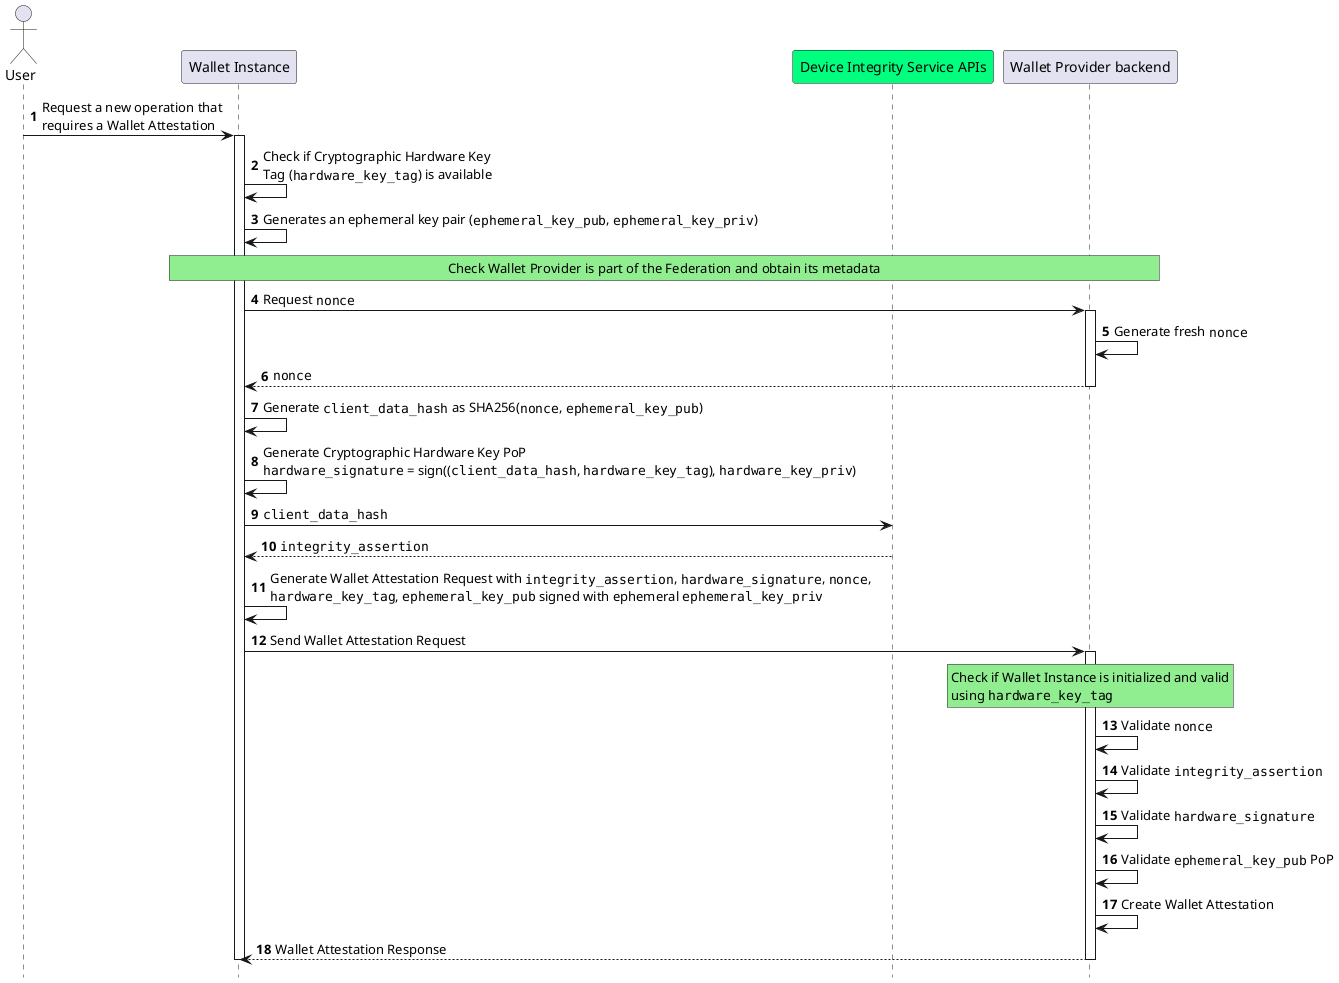
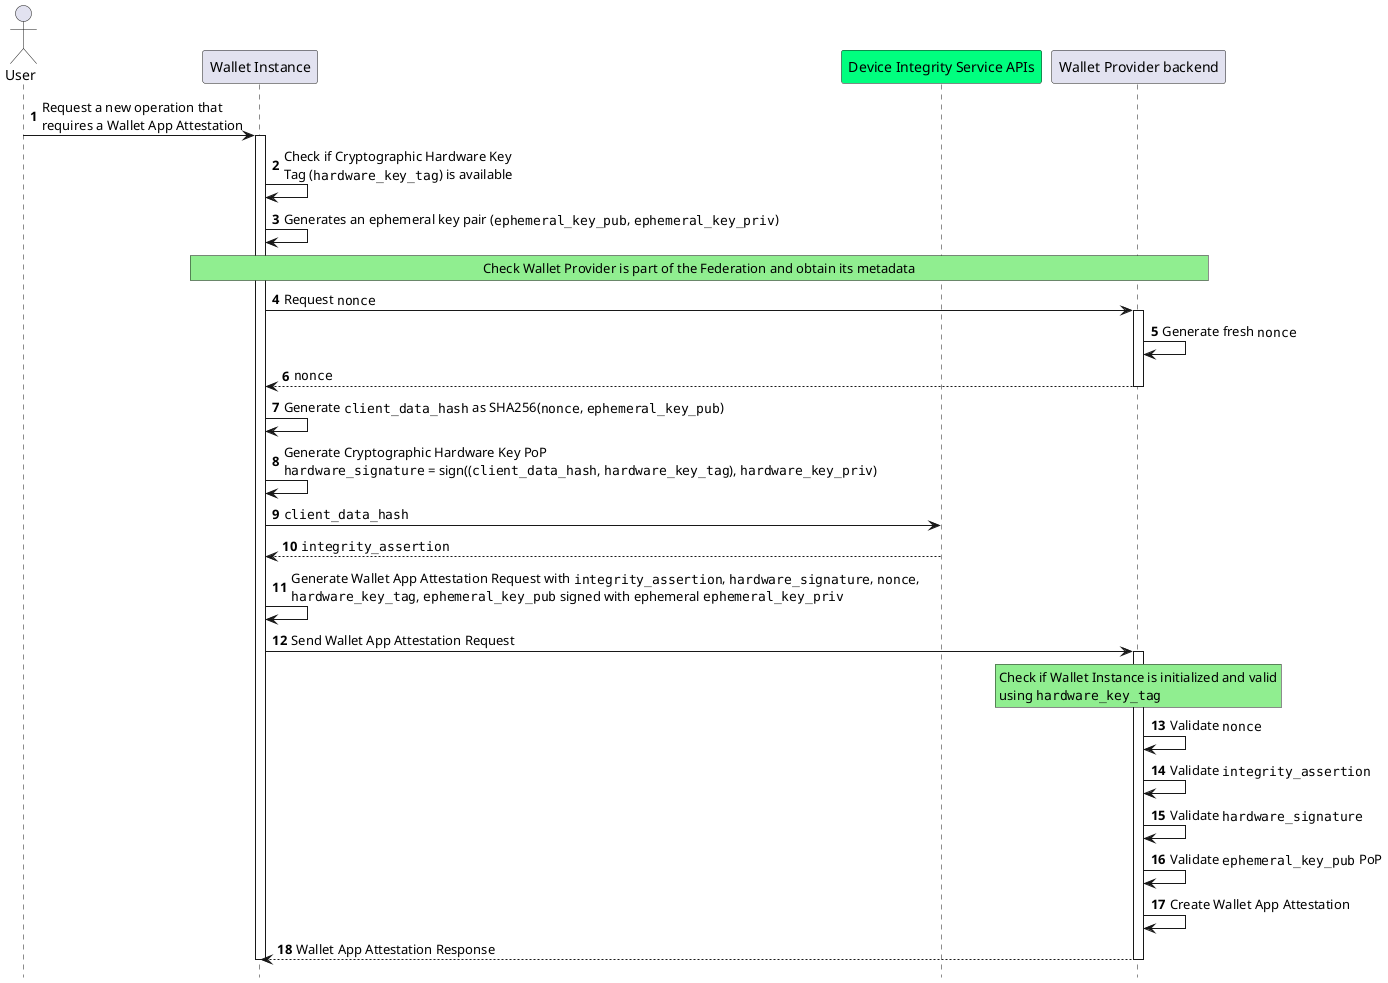
- @startuml Wallet Attestation Issuance
+ @startuml Wallet App Attestation Issuance
autonumber
hide footbox
'participant

actor "User" as user
participant "Wallet Instance" as app
participant "Device Integrity Service APIs" as aats #springgreen
participant "Wallet Provider backend" as bck


- user->app: Request a new operation that\nrequires a Wallet Attestation
+ user->app: Request a new operation that\nrequires a Wallet App Attestation
activate app

app->app: Check if Cryptographic Hardware Key \nTag (""hardware_key_tag"") is available


app->app: Generates an ephemeral key pair (""ephemeral_key_pub"", ""ephemeral_key_priv"")

rnote over app,bck #LIGHTGREEN
Check Wallet Provider is part of the Federation and obtain its metadata
endrnote


app->bck: Request ""nonce""
activate bck

bck->bck: Generate fresh ""nonce""

bck-->app: ""nonce""
deactivate bck


app->app: Generate ""client_data_hash"" as SHA256(""nonce"", ""ephemeral_key_pub"")

app->app: Generate Cryptographic Hardware Key PoP\n""hardware_signature"" = sign((""client_data_hash"", ""hardware_key_tag""), ""hardware_key_priv"")

app->aats: ""client_data_hash""
aats-->app: ""integrity_assertion""

- app->app: Generate Wallet Attestation Request with ""integrity_assertion"", ""hardware_signature"", ""nonce"",\n""hardware_key_tag"", ""ephemeral_key_pub"" signed with ephemeral ""ephemeral_key_priv""
- app->bck: Send Wallet Attestation Request
+ app->app: Generate Wallet App Attestation Request with ""integrity_assertion"", ""hardware_signature"", ""nonce"",\n""hardware_key_tag"", ""ephemeral_key_pub"" signed with ephemeral ""ephemeral_key_priv""
+ app->bck: Send Wallet App Attestation Request
activate bck
rnote over bck,bck #LIGHTGREEN
Check if Wallet Instance is initialized and valid
using ""hardware_key_tag""
endrnote
bck->bck: Validate ""nonce""
bck->bck: Validate ""integrity_assertion""
bck->bck: Validate ""hardware_signature""
bck->bck: Validate ""ephemeral_key_pub"" PoP
- bck->bck: Create Wallet Attestation
- bck-->app: Wallet Attestation Response
+ bck->bck: Create Wallet App Attestation
+ bck-->app: Wallet App Attestation Response
deactivate bck

deactivate app
@enduml